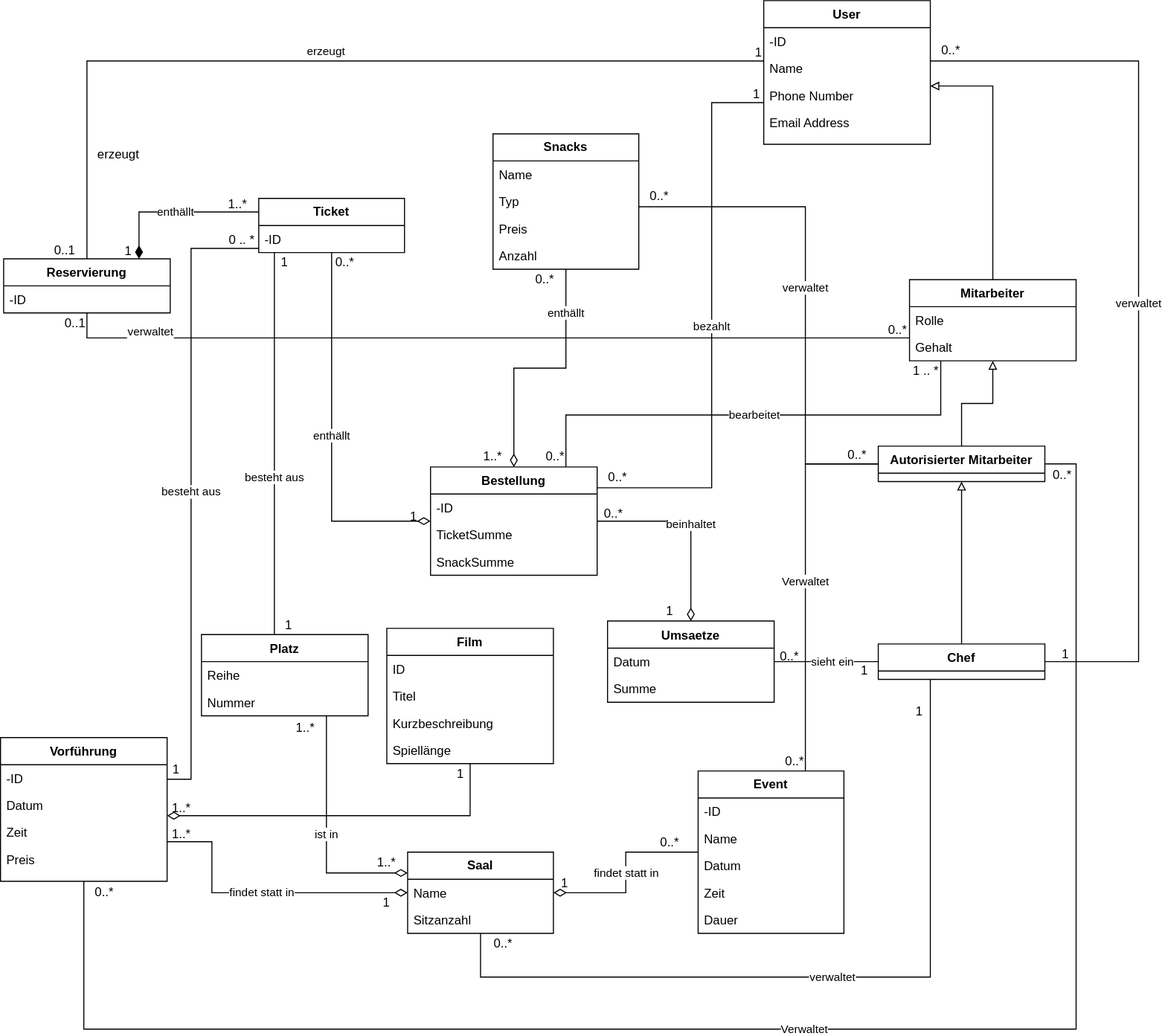
Earlier version of the draw.io export src/main/asciidoc/models/analysis/Klassendiagramm/Klassendiagramm.svg (Leonard0108/Anwendungsprogrammierung). Source tidied: cells renumbered, new cells last; positions are measured from the earlier drawing's top-left corner, leaving out a move shared by most shapes.
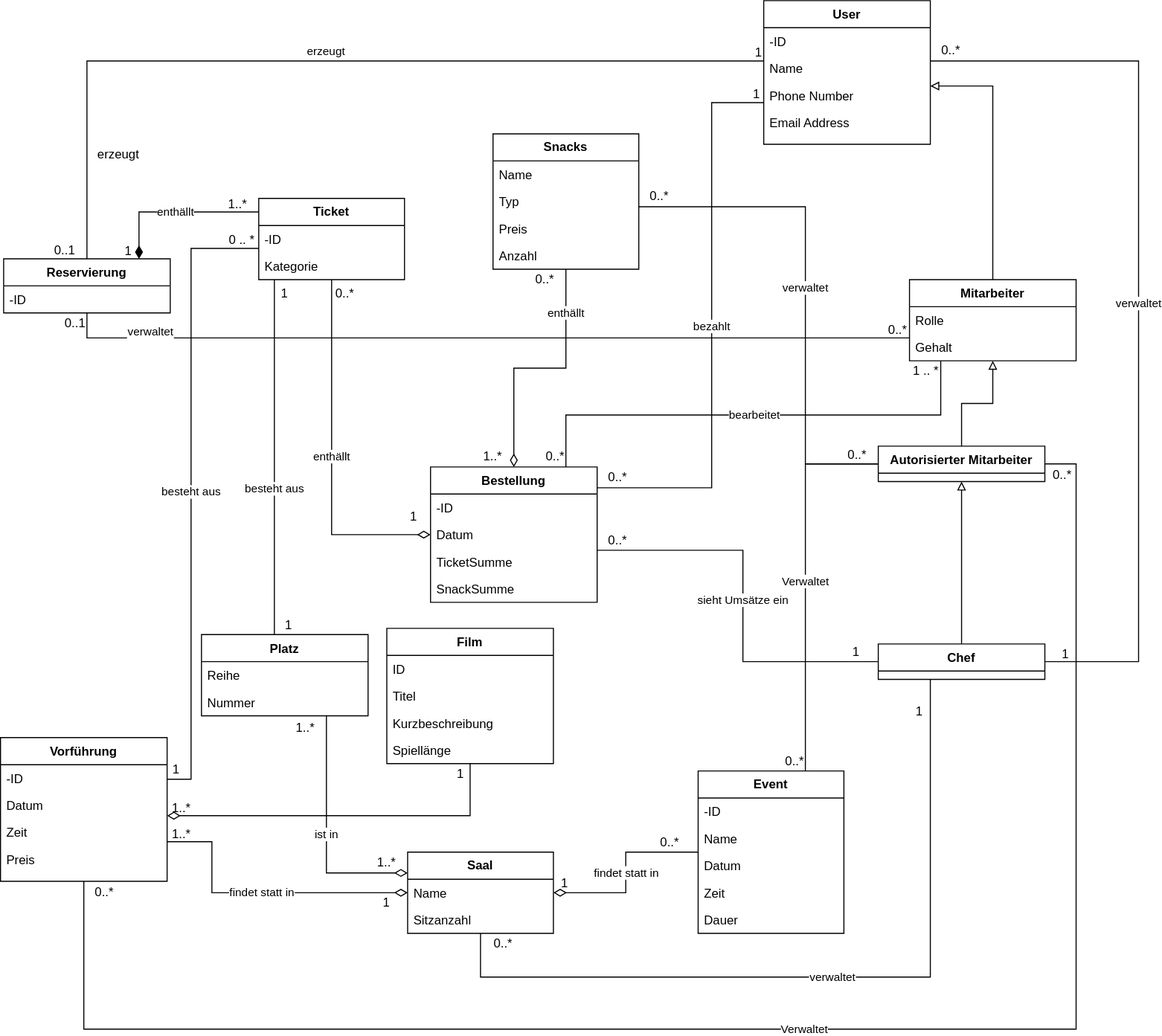
Later version of the same file.

Commit message:
Klassendiagramm aktualisiert

Change to the diagram source:
```diff
@@ -92,7 +92,7 @@
         <mxPoint x="9" y="40" as="offset" />
       </mxGeometry>
     </mxCell>
-    <mxCell id="25" value="Saal" style="swimlane;fontStyle=1;horizontal=1;startSize=26;fillColor=none;whiteSpace=wrap;html=1;" parent="1" vertex="1">
+    <mxCell id="25" value="Saal" style="swimlane;fontStyle=1;horizontal=1;startSize=26;fillColor=default;whiteSpace=wrap;html=1;" parent="1" vertex="1">
       <mxGeometry x="391" y="818" width="140" height="78" as="geometry" />
     </mxCell>
     <mxCell id="26" value="Name" style="text;strokeColor=none;fillColor=none;align=left;verticalAlign=top;spacingLeft=4;spacingRight=4;overflow=hidden;points=[[0,0.5],[1,0.5]];portConstraint=eastwest;whiteSpace=wrap;html=1;" parent="25" vertex="1">
@@ -110,12 +110,15 @@
         </Array>
       </mxGeometry>
     </mxCell>
-    <mxCell id="29" value="Ticket" style="swimlane;fontStyle=1;horizontal=1;startSize=26;fillColor=none;whiteSpace=wrap;html=1;" parent="1" vertex="1">
-      <mxGeometry x="248" y="190" width="140" height="52" as="geometry" />
+    <mxCell id="29" value="Ticket" style="swimlane;fontStyle=1;horizontal=1;startSize=26;fillColor=default;whiteSpace=wrap;html=1;" parent="1" vertex="1">
+      <mxGeometry x="248" y="190" width="140" height="78" as="geometry" />
     </mxCell>
     <mxCell id="30" value="-ID" style="text;strokeColor=none;fillColor=none;align=left;verticalAlign=top;spacingLeft=4;spacingRight=4;overflow=hidden;whiteSpace=wrap;html=1;" parent="29" vertex="1">
       <mxGeometry y="26" width="140" height="26" as="geometry" />
     </mxCell>
+    <mxCell id="113" value="Kategorie" style="text;strokeColor=none;fillColor=none;align=left;verticalAlign=top;spacingLeft=4;spacingRight=4;overflow=hidden;whiteSpace=wrap;html=1;" parent="29" vertex="1">
+      <mxGeometry y="52" width="140" height="26" as="geometry" />
+    </mxCell>
     <mxCell id="31" value="bezahlt" style="edgeStyle=orthogonalEdgeStyle;rounded=0;jettySize=auto;html=1;endArrow=none;endFill=0;" parent="1" edge="1" source="2" target="33">
       <mxGeometry relative="1" as="geometry">
         <Array as="points">
@@ -128,16 +131,19 @@
       <mxGeometry x="0.65" relative="1" as="geometry" />
     </mxCell>
     <mxCell id="33" value="Bestellung" style="swimlane;fontStyle=1;align=center;verticalAlign=top;horizontal=1;startSize=26;whiteSpace=wrap;html=1;" parent="1" vertex="1">
-      <mxGeometry x="413" y="448" width="160" height="104" as="geometry" />
+      <mxGeometry x="413" y="448" width="160" height="130" as="geometry" />
     </mxCell>
     <mxCell id="34" value="-ID" style="text;strokeColor=none;fillColor=none;align=left;verticalAlign=top;spacingLeft=4;spacingRight=4;overflow=hidden;whiteSpace=wrap;html=1;" parent="33" vertex="1">
       <mxGeometry y="26" width="160" height="26" as="geometry" />
     </mxCell>
+    <mxCell id="40" value="Datum" style="text;strokeColor=none;fillColor=none;align=left;verticalAlign=top;spacingLeft=4;spacingRight=4;overflow=hidden;" parent="33" vertex="1">
+      <mxGeometry y="52" width="160" height="26" as="geometry" />
+    </mxCell>
     <mxCell id="35" value="TicketSumme" style="text;strokeColor=none;fillColor=none;align=left;verticalAlign=top;spacingLeft=4;spacingRight=4;overflow=hidden;whiteSpace=wrap;html=1;" parent="33" vertex="1">
-      <mxGeometry y="52" width="160" height="26" as="geometry" />
+      <mxGeometry y="78" width="160" height="26" as="geometry" />
     </mxCell>
     <mxCell id="36" value="SnackSumme" style="text;strokeColor=none;fillColor=none;align=left;verticalAlign=top;spacingLeft=4;spacingRight=4;overflow=hidden;whiteSpace=wrap;html=1;" parent="33" vertex="1">
-      <mxGeometry y="78" width="160" height="26" as="geometry" />
+      <mxGeometry y="104" width="160" height="26" as="geometry" />
     </mxCell>
     <mxCell id="37" value="enthällt" style="edgeStyle=orthogonalEdgeStyle;rounded=0;jettySize=auto;html=1;endArrow=none;endFill=0;startArrow=diamondThin;startFill=0;endSize=10;startSize=10;" parent="1" edge="1" source="33" target="29">
       <mxGeometry relative="1" as="geometry" />
@@ -149,19 +155,7 @@
         </Array>
       </mxGeometry>
     </mxCell>
-    <mxCell id="39" value="Umsaetze" style="swimlane;fontStyle=1;align=center;verticalAlign=top;horizontal=1;startSize=26;" parent="1" vertex="1">
-      <mxGeometry x="583" y="596" width="160" height="78" as="geometry" />
-    </mxCell>
-    <mxCell id="40" value="Datum" style="text;strokeColor=none;fillColor=none;align=left;verticalAlign=top;spacingLeft=4;spacingRight=4;overflow=hidden;" parent="39" vertex="1">
-      <mxGeometry y="26" width="160" height="26" as="geometry" />
-    </mxCell>
-    <mxCell id="41" value="Summe" style="text;strokeColor=none;fillColor=none;align=left;verticalAlign=top;spacingLeft=4;spacingRight=4;overflow=hidden;" parent="39" vertex="1">
-      <mxGeometry y="52" width="160" height="26" as="geometry" />
-    </mxCell>
-    <mxCell id="42" value="beinhaltet" style="edgeStyle=orthogonalEdgeStyle;rounded=0;jettySize=auto;html=1;endArrow=diamondThin;endFill=0;endSize=10;" parent="1" edge="1" source="33" target="39">
-      <mxGeometry relative="1" as="geometry" />
-    </mxCell>
-    <mxCell id="43" value="Snacks" style="swimlane;fontStyle=1;horizontal=1;startSize=26;fillColor=none;whiteSpace=wrap;html=1;" parent="1" vertex="1">
+    <mxCell id="43" value="Snacks" style="swimlane;fontStyle=1;horizontal=1;startSize=26;fillColor=default;whiteSpace=wrap;html=1;" parent="1" vertex="1">
       <mxGeometry x="473" y="128" width="140" height="130" as="geometry" />
     </mxCell>
     <mxCell id="44" value="Name" style="text;strokeColor=none;fillColor=none;align=left;verticalAlign=top;spacingLeft=4;spacingRight=4;overflow=hidden;whiteSpace=wrap;html=1;" parent="43" vertex="1">
@@ -200,9 +194,6 @@
         </Array>
       </mxGeometry>
     </mxCell>
-    <mxCell id="53" value="sieht ein" style="edgeStyle=orthogonalEdgeStyle;rounded=0;jettySize=auto;html=1;endArrow=none;endFill=0;" parent="1" edge="1" source="57" target="39">
-      <mxGeometry x="-0.12" relative="1" as="geometry" />
-    </mxCell>
     <mxCell id="54" value="verwaltet" style="edgeStyle=orthogonalEdgeStyle;rounded=0;jettySize=auto;html=1;startArrow=none;startFill=0;endArrow=none;endFill=0;" parent="1" edge="1" source="57" target="25">
       <mxGeometry relative="1" as="geometry">
         <Array as="points">
@@ -222,6 +213,14 @@
         </Array>
       </mxGeometry>
     </mxCell>
+    <mxCell id="114" value="sieht Umsätze ein" style="edgeStyle=orthogonalEdgeStyle;rounded=0;jettySize=auto;html=1;endArrow=none;endFill=0;" parent="1" edge="1" source="57" target="33">
+      <mxGeometry relative="1" as="geometry">
+        <Array as="points">
+          <mxPoint x="713" y="635" />
+          <mxPoint x="713" y="528" />
+        </Array>
+      </mxGeometry>
+    </mxCell>
     <mxCell id="57" value="Chef" style="swimlane;fontStyle=1;align=center;verticalAlign=top;horizontal=1;startSize=26;" parent="1" vertex="1">
       <mxGeometry x="843" y="618" width="160" height="34" as="geometry" />
     </mxCell>
@@ -257,7 +256,7 @@
         </Array>
       </mxGeometry>
     </mxCell>
-    <mxCell id="64" value="Event" style="swimlane;fontStyle=1;horizontal=1;startSize=26;fillColor=none;whiteSpace=wrap;html=1;" parent="1" vertex="1">
+    <mxCell id="64" value="Event" style="swimlane;fontStyle=1;horizontal=1;startSize=26;fillColor=default;whiteSpace=wrap;html=1;" parent="1" vertex="1">
       <mxGeometry x="670" y="740" width="140" height="156" as="geometry" />
     </mxCell>
     <mxCell id="65" value="-ID" style="text;strokeColor=none;fillColor=none;align=left;verticalAlign=top;spacingLeft=4;spacingRight=4;overflow=hidden;whiteSpace=wrap;html=1;" parent="64" vertex="1">
@@ -316,9 +315,6 @@
         <mxPoint x="814" y="593" as="offset" />
       </mxGeometry>
     </mxCell>
-    <mxCell id="78" value="0..*" style="text;html=1;strokeColor=none;fillColor=none;align=center;verticalAlign=middle;whiteSpace=wrap;rounded=0;" parent="1" vertex="1">
-      <mxGeometry x="569" y="483" width="40" height="19" as="geometry" />
-    </mxCell>
     <mxCell id="79" value="0..*" style="text;html=1;strokeColor=none;fillColor=none;align=center;verticalAlign=middle;whiteSpace=wrap;rounded=0;" parent="1" vertex="1">
       <mxGeometry x="503" y="258" width="40" height="19" as="geometry" />
     </mxCell>
@@ -331,9 +327,6 @@
     <mxCell id="82" value="0..*" style="text;html=1;strokeColor=none;fillColor=none;align=center;verticalAlign=middle;whiteSpace=wrap;rounded=0;" parent="1" vertex="1">
       <mxGeometry x="80" y="847.5" width="40" height="19" as="geometry" />
     </mxCell>
-    <mxCell id="83" value="1" style="text;html=1;strokeColor=none;fillColor=none;align=center;verticalAlign=middle;whiteSpace=wrap;rounded=0;" parent="1" vertex="1">
-      <mxGeometry x="623" y="577" width="40" height="19" as="geometry" />
-    </mxCell>
     <mxCell id="84" value="0..*" style="text;html=1;strokeColor=none;fillColor=none;align=center;verticalAlign=middle;whiteSpace=wrap;rounded=0;" parent="1" vertex="1">
       <mxGeometry x="463" y="896" width="40" height="19" as="geometry" />
     </mxCell>
@@ -343,12 +336,6 @@
     <mxCell id="86" value="1" style="text;html=1;strokeColor=none;fillColor=none;align=center;verticalAlign=middle;whiteSpace=wrap;rounded=0;" parent="1" vertex="1">
       <mxGeometry x="522" y="838" width="40" height="19" as="geometry" />
     </mxCell>
-    <mxCell id="87" value="1" style="text;html=1;strokeColor=none;fillColor=none;align=center;verticalAlign=middle;whiteSpace=wrap;rounded=0;" parent="1" vertex="1">
-      <mxGeometry x="810" y="634" width="40" height="19" as="geometry" />
-    </mxCell>
-    <mxCell id="88" value="0..*" style="text;html=1;strokeColor=none;fillColor=none;align=center;verticalAlign=middle;whiteSpace=wrap;rounded=0;" parent="1" vertex="1">
-      <mxGeometry x="738" y="620" width="40" height="19" as="geometry" />
-    </mxCell>
     <mxCell id="89" value="1..*" style="text;html=1;strokeColor=none;fillColor=none;align=center;verticalAlign=middle;whiteSpace=wrap;rounded=0;" parent="1" vertex="1">
       <mxGeometry x="273" y="689" width="40" height="19" as="geometry" />
     </mxCell>
@@ -379,7 +366,7 @@
       <mxGeometry x="377" y="486" width="40" height="19" as="geometry" />
     </mxCell>
     <mxCell id="98" value="0..*" style="text;html=1;strokeColor=none;fillColor=none;align=center;verticalAlign=middle;whiteSpace=wrap;rounded=0;" parent="1" vertex="1">
-      <mxGeometry x="311" y="242" width="40" height="19" as="geometry" />
+      <mxGeometry x="311" y="272" width="40" height="19" as="geometry" />
     </mxCell>
     <mxCell id="99" value="1" style="text;html=1;strokeColor=none;fillColor=none;align=center;verticalAlign=middle;whiteSpace=wrap;rounded=0;" parent="1" vertex="1">
       <mxGeometry x="257" y="590" width="40" height="19" as="geometry" />
@@ -388,7 +375,7 @@
       <mxGeometry x="149" y="729" width="40" height="19" as="geometry" />
     </mxCell>
     <mxCell id="101" value="1" style="text;html=1;strokeColor=none;fillColor=none;align=center;verticalAlign=middle;whiteSpace=wrap;rounded=0;" parent="1" vertex="1">
-      <mxGeometry x="253" y="242" width="40" height="19" as="geometry" />
+      <mxGeometry x="253" y="272" width="40" height="19" as="geometry" />
     </mxCell>
     <mxCell id="102" value="0 .. *" style="text;html=1;strokeColor=none;fillColor=none;align=center;verticalAlign=middle;whiteSpace=wrap;rounded=0;" parent="1" vertex="1">
       <mxGeometry x="212" y="220" width="40" height="19" as="geometry" />
@@ -427,5 +414,11 @@
     <mxCell id="112" value="0..*" style="text;html=1;strokeColor=none;fillColor=none;align=center;verticalAlign=middle;whiteSpace=wrap;rounded=0;" parent="1" vertex="1">
       <mxGeometry x="893" y="38" width="40" height="19" as="geometry" />
     </mxCell>
+    <mxCell id="115" value="1" style="text;html=1;strokeColor=none;fillColor=none;align=center;verticalAlign=middle;whiteSpace=wrap;rounded=0;" parent="1" vertex="1">
+      <mxGeometry x="802" y="616" width="40" height="19" as="geometry" />
+    </mxCell>
+    <mxCell id="116" value="0..*" style="text;html=1;strokeColor=none;fillColor=none;align=center;verticalAlign=middle;whiteSpace=wrap;rounded=0;" parent="1" vertex="1">
+      <mxGeometry x="573" y="509" width="40" height="19" as="geometry" />
+    </mxCell>
   </root>
 </mxGraphModel>
```
